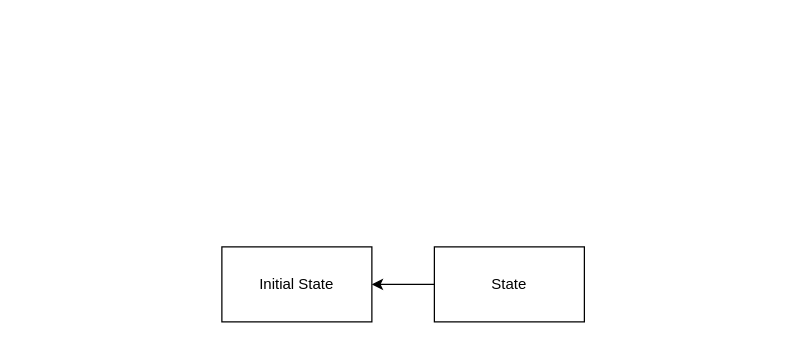
Earlier version of the draw.io diagram data-flow.dio (Postmaxxx/Portfolio-react). Source tidied: cells renumbered, new cells numbered last; positions are measured from the earlier drawing's top-left corner, leaving out a move shared by most shapes. Both pictures are drawn from the tidied source at 125%, with x=0, y=0 at pixel (221, 246).
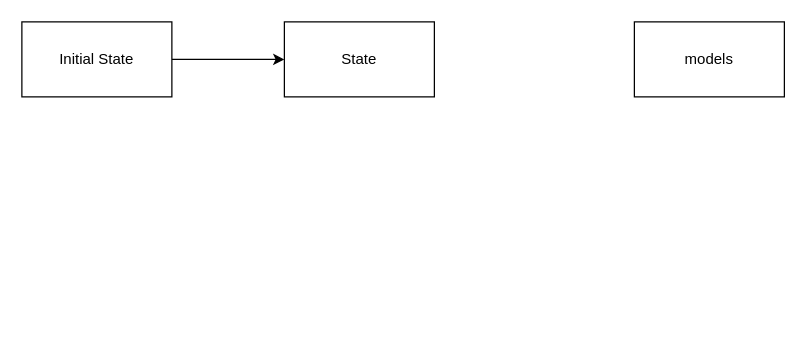
The same page after the edit.

Change to the diagram source:
```diff
@@
 <mxGraphModel>
   <root>
     <mxCell id="0" />
     <mxCell id="1" parent="0" />
+    <mxCell id="3" style="edgeStyle=none;html=1;exitX=1;exitY=0.5;exitDx=0;exitDy=0;entryX=0;entryY=0.5;entryDx=0;entryDy=0;" parent="1" edge="1" source="2" target="4">
+      <mxGeometry relative="1" as="geometry" />
+    </mxCell>
     <mxCell id="2" value="Initial State" style="rounded=0;whiteSpace=wrap;html=1;" parent="1" vertex="1">
-      <mxGeometry width="120" height="60" as="geometry" />
+      <mxGeometry x="-160" y="-180" width="120" height="60" as="geometry" />
     </mxCell>
-    <mxCell id="3" style="edgeStyle=orthogonalEdgeStyle;html=1;exitX=0;exitY=0.5;exitDx=0;exitDy=0;entryX=1;entryY=0.5;entryDx=0;entryDy=0;" parent="1" edge="1" source="4" target="2">
-      <mxGeometry relative="1" as="geometry" />
-    </mxCell>
     <mxCell id="4" value="State" style="rounded=0;whiteSpace=wrap;html=1;" parent="1" vertex="1">
-      <mxGeometry x="170" width="120" height="60" as="geometry" />
+      <mxGeometry x="50" y="-180" width="120" height="60" as="geometry" />
     </mxCell>
+    <mxCell id="5" value="models" style="rounded=0;whiteSpace=wrap;html=1;" parent="1" vertex="1">
+      <mxGeometry x="330" y="-180" width="120" height="60" as="geometry" />
+    </mxCell>
   </root>
 </mxGraphModel>
```
